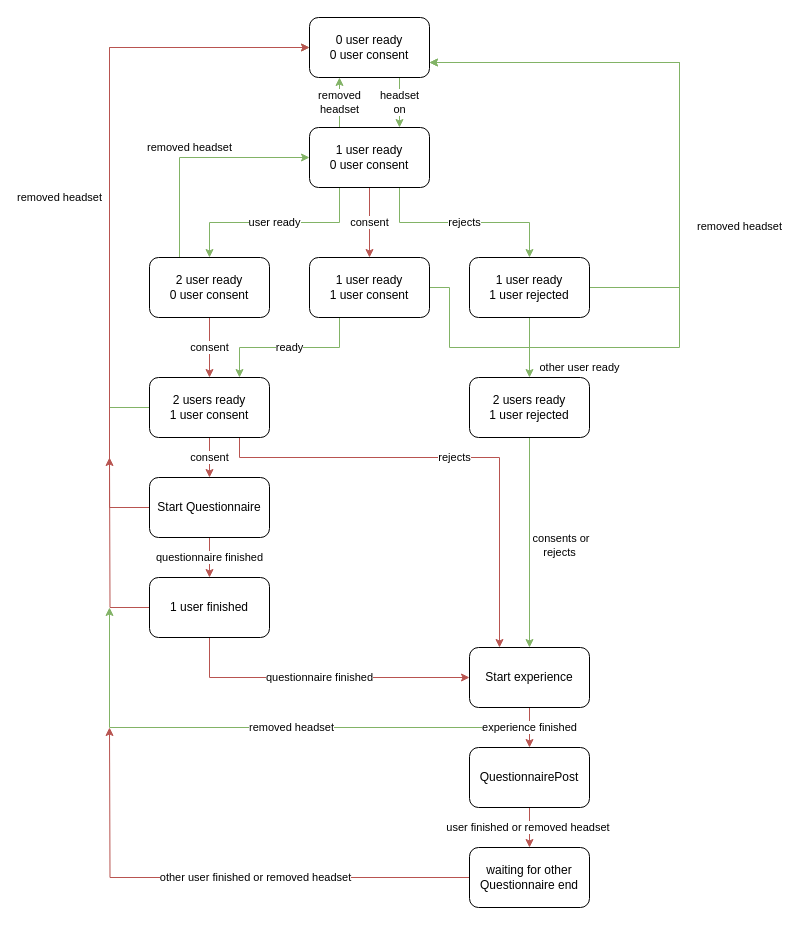
BeAnotherLab/The-Machine-to-be-Another-Unity keeps this draw.io diagram as Docs/consent diagram.drawio. Above is the earlier version. Source tidied: cells renumbered, new cells numbered last; positions are measured from the earlier drawing's top-left corner, leaving out a move shared by most shapes. Both pictures are drawn from the tidied source at 100%, with x=0, y=0 at pixel (109, 17).
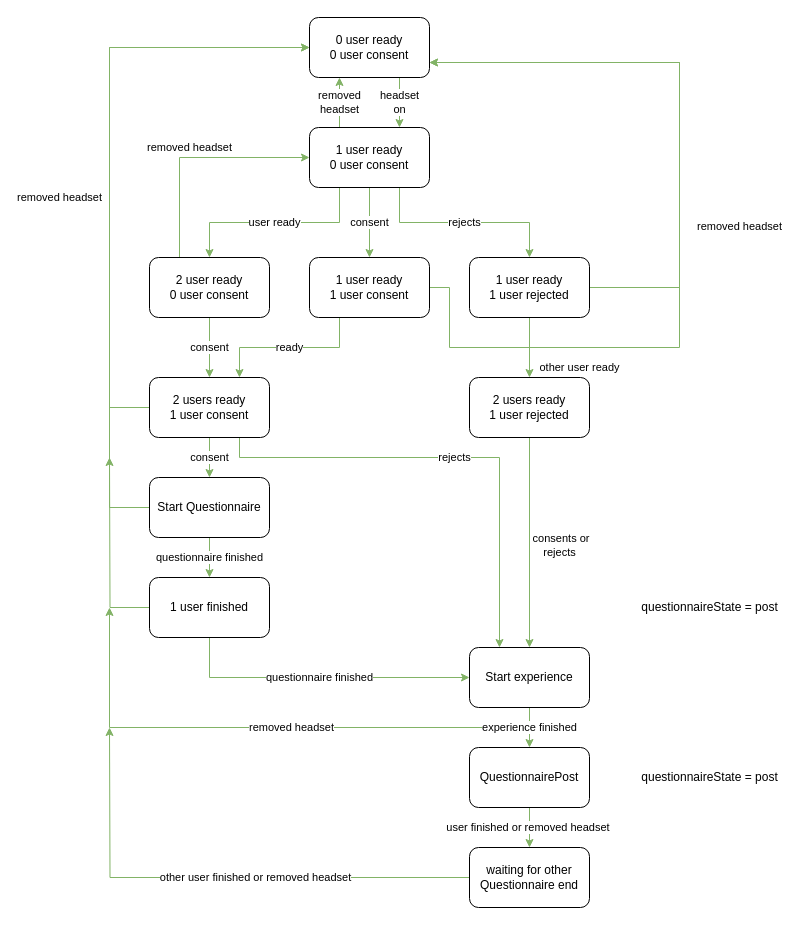
After the change.

The change refers to these unchanged cells:
```xml
<mxCell id="6" value="1 user ready&lt;br&gt;0 user consent" style="rounded=1;whiteSpace=wrap;html=1;" parent="1" vertex="1">
  <mxGeometry x="200" y="110" width="120" height="60" as="geometry" />
</mxCell>
<mxCell id="9" value="2 user ready&lt;br&gt;0 user consent" style="rounded=1;whiteSpace=wrap;html=1;" parent="1" vertex="1">
  <mxGeometry x="40" y="240" width="120" height="60" as="geometry" />
</mxCell>
<mxCell id="13" value="2 users ready&lt;br&gt;1 user consent" style="rounded=1;whiteSpace=wrap;html=1;" parent="1" vertex="1">
  <mxGeometry x="40" y="360" width="120" height="60" as="geometry" />
</mxCell>
<mxCell id="16" value="1 user ready&lt;br&gt;1 user consent" style="rounded=1;whiteSpace=wrap;html=1;" parent="1" vertex="1">
  <mxGeometry x="200" y="240" width="120" height="60" as="geometry" />
</mxCell>
<mxCell id="22" value="Start experience" style="whiteSpace=wrap;html=1;rounded=1;" parent="1" vertex="1">
  <mxGeometry x="360" y="630" width="120" height="60" as="geometry" />
</mxCell>
<mxCell id="25" value="Start Questionnaire" style="whiteSpace=wrap;html=1;rounded=1;" parent="1" vertex="1">
  <mxGeometry x="40" y="460" width="120" height="60" as="geometry" />
</mxCell>
<mxCell id="28" value="1 user finished" style="whiteSpace=wrap;html=1;rounded=1;" parent="1" vertex="1">
  <mxGeometry x="40" y="560" width="120" height="60" as="geometry" />
</mxCell>
<mxCell id="30" value="0 user ready&lt;br&gt;0 user consent" style="rounded=1;whiteSpace=wrap;html=1;" parent="1" vertex="1">
  <mxGeometry x="200" width="120" height="60" as="geometry" />
</mxCell>
<mxCell id="34" value="QuestionnairePost" style="rounded=1;whiteSpace=wrap;html=1;" parent="1" vertex="1">
  <mxGeometry x="360" y="730" width="120" height="60" as="geometry" />
</mxCell>
<mxCell id="36" value="waiting for other Questionnaire end" style="whiteSpace=wrap;html=1;rounded=1;" parent="1" vertex="1">
  <mxGeometry x="360" y="830" width="120" height="60" as="geometry" />
</mxCell>
```

Diff of the diagram source:
```diff
@@
-    <mxCell id="3" value="consent" style="edgeStyle=orthogonalEdgeStyle;rounded=0;jettySize=auto;html=1;fillColor=#f8cecc;strokeColor=#b85450;" parent="1" edge="1" source="6" target="16">
+    <mxCell id="3" value="consent" style="edgeStyle=orthogonalEdgeStyle;rounded=0;jettySize=auto;html=1;fillColor=#d5e8d4;strokeColor=#82b366;" parent="1" edge="1" source="6" target="16">
       <mxGeometry relative="1" as="geometry" />
     </mxCell>
@@
-    <mxCell id="7" value="consent" style="edgeStyle=orthogonalEdgeStyle;rounded=0;jettySize=auto;html=1;fillColor=#f8cecc;strokeColor=#b85450;" parent="1" edge="1" source="9" target="13">
+    <mxCell id="7" value="consent" style="edgeStyle=orthogonalEdgeStyle;rounded=0;jettySize=auto;html=1;fillColor=#d5e8d4;strokeColor=#82b366;" parent="1" edge="1" source="9" target="13">
       <mxGeometry relative="1" as="geometry" />
     </mxCell>
@@
-    <mxCell id="10" value="rejects" style="edgeStyle=orthogonalEdgeStyle;rounded=0;jettySize=auto;html=1;exitX=0.75;exitY=1;exitDx=0;exitDy=0;entryX=0.25;entryY=0;entryDx=0;entryDy=0;fillColor=#f8cecc;strokeColor=#b85450;" parent="1" edge="1" source="13" target="22">
+    <mxCell id="10" value="rejects" style="edgeStyle=orthogonalEdgeStyle;rounded=0;jettySize=auto;html=1;exitX=0.75;exitY=1;exitDx=0;exitDy=0;entryX=0.25;entryY=0;entryDx=0;entryDy=0;fillColor=#d5e8d4;strokeColor=#82b366;" parent="1" edge="1" source="13" target="22">
       <mxGeometry relative="1" as="geometry">
         <Array as="points">
           <mxPoint x="130" y="440" />
           <mxPoint x="390" y="440" />
         </Array>
       </mxGeometry>
     </mxCell>
-    <mxCell id="11" value="consent" style="edgeStyle=orthogonalEdgeStyle;rounded=0;jettySize=auto;html=1;fillColor=#f8cecc;strokeColor=#b85450;" parent="1" edge="1" source="13" target="25">
+    <mxCell id="11" value="consent" style="edgeStyle=orthogonalEdgeStyle;rounded=0;jettySize=auto;html=1;fillColor=#d5e8d4;strokeColor=#82b366;" parent="1" edge="1" source="13" target="25">
       <mxGeometry relative="1" as="geometry" />
     </mxCell>
@@
-    <mxCell id="21" value="experience finished" style="edgeStyle=orthogonalEdgeStyle;rounded=0;jettySize=auto;html=1;exitX=0.5;exitY=1;exitDx=0;exitDy=0;entryX=0.5;entryY=0;entryDx=0;entryDy=0;fillColor=#f8cecc;strokeColor=#b85450;" parent="1" edge="1" source="22" target="34">
+    <mxCell id="21" value="experience finished" style="edgeStyle=orthogonalEdgeStyle;rounded=0;jettySize=auto;html=1;exitX=0.5;exitY=1;exitDx=0;exitDy=0;entryX=0.5;entryY=0;entryDx=0;entryDy=0;fillColor=#d5e8d4;strokeColor=#82b366;" parent="1" edge="1" source="22" target="34">
       <mxGeometry relative="1" as="geometry" />
     </mxCell>
@@
-    <mxCell id="23" value="questionnaire finished" style="edgeStyle=orthogonalEdgeStyle;rounded=0;jettySize=auto;html=1;fillColor=#f8cecc;strokeColor=#b85450;" parent="1" edge="1" source="25" target="28">
+    <mxCell id="23" value="questionnaire finished" style="edgeStyle=orthogonalEdgeStyle;rounded=0;jettySize=auto;html=1;fillColor=#d5e8d4;strokeColor=#82b366;" parent="1" edge="1" source="25" target="28">
       <mxGeometry relative="1" as="geometry" />
     </mxCell>
-    <mxCell id="24" value="removed headset" style="edgeStyle=orthogonalEdgeStyle;rounded=0;jettySize=auto;html=1;exitX=0;exitY=0.5;exitDx=0;exitDy=0;entryX=0;entryY=0.5;entryDx=0;entryDy=0;fillColor=#f8cecc;strokeColor=#b85450;" parent="1" edge="1" source="25" target="30">
+    <mxCell id="24" value="removed headset" style="edgeStyle=orthogonalEdgeStyle;rounded=0;jettySize=auto;html=1;exitX=0;exitY=0.5;exitDx=0;exitDy=0;entryX=0;entryY=0.5;entryDx=0;entryDy=0;fillColor=#d5e8d4;strokeColor=#82b366;" parent="1" edge="1" source="25" target="30">
       <mxGeometry y="50" relative="1" as="geometry">
         <Array as="points">
           <mxPoint y="490" />
           <mxPoint y="30" />
         </Array>
       </mxGeometry>
     </mxCell>
@@
-    <mxCell id="26" value="questionnaire finished" style="edgeStyle=orthogonalEdgeStyle;rounded=0;jettySize=auto;html=1;exitX=0.5;exitY=1;exitDx=0;exitDy=0;entryX=0;entryY=0.5;entryDx=0;entryDy=0;fillColor=#f8cecc;strokeColor=#b85450;" parent="1" edge="1" source="28" target="22">
+    <mxCell id="26" value="questionnaire finished" style="edgeStyle=orthogonalEdgeStyle;rounded=0;jettySize=auto;html=1;exitX=0.5;exitY=1;exitDx=0;exitDy=0;entryX=0;entryY=0.5;entryDx=0;entryDy=0;fillColor=#d5e8d4;strokeColor=#82b366;" parent="1" edge="1" source="28" target="22">
       <mxGeometry relative="1" as="geometry" />
     </mxCell>
-    <mxCell id="27" style="edgeStyle=orthogonalEdgeStyle;rounded=0;jettySize=auto;html=1;exitX=0;exitY=0.5;exitDx=0;exitDy=0;fillColor=#f8cecc;strokeColor=#b85450;" parent="1" edge="1" source="28">
+    <mxCell id="27" style="edgeStyle=orthogonalEdgeStyle;rounded=0;jettySize=auto;html=1;exitX=0;exitY=0.5;exitDx=0;exitDy=0;fillColor=#d5e8d4;strokeColor=#82b366;" parent="1" edge="1" source="28">
       <mxGeometry relative="1" as="geometry">
         <mxPoint y="440" as="targetPoint" />
       </mxGeometry>
     </mxCell>
@@
-    <mxCell id="33" value="user finished or removed headset&amp;nbsp;" style="edgeStyle=orthogonalEdgeStyle;rounded=0;jettySize=auto;html=1;fillColor=#f8cecc;strokeColor=#b85450;" parent="1" edge="1" source="34" target="36">
+    <mxCell id="33" value="user finished or removed headset&amp;nbsp;" style="edgeStyle=orthogonalEdgeStyle;rounded=0;jettySize=auto;html=1;fillColor=#d5e8d4;strokeColor=#82b366;" parent="1" edge="1" source="34" target="36">
       <mxGeometry relative="1" as="geometry" />
     </mxCell>
@@
-    <mxCell id="35" value="other user finished or removed headset" style="edgeStyle=orthogonalEdgeStyle;rounded=0;jettySize=auto;html=1;exitX=0;exitY=0.5;exitDx=0;exitDy=0;fillColor=#f8cecc;strokeColor=#b85450;" parent="1" edge="1" source="36">
+    <mxCell id="35" value="other user finished or removed headset" style="edgeStyle=orthogonalEdgeStyle;rounded=0;jettySize=auto;html=1;exitX=0;exitY=0.5;exitDx=0;exitDy=0;fillColor=#d5e8d4;strokeColor=#82b366;" parent="1" edge="1" source="36">
       <mxGeometry x="-0.16" relative="1" as="geometry">
         <mxPoint y="710" as="targetPoint" />
       </mxGeometry>
     </mxCell>
@@
+    <mxCell id="37" value="questionnaireState = post" style="text;html=1;align=center;verticalAlign=middle;strokeColor=none;fillColor=none;" parent="1" vertex="1">
+      <mxGeometry x="525" y="580" width="150" height="20" as="geometry" />
+    </mxCell>
+    <mxCell id="38" value="questionnaireState = post" style="text;html=1;align=center;verticalAlign=middle;strokeColor=none;fillColor=none;" parent="1" vertex="1">
+      <mxGeometry x="525" y="750" width="150" height="20" as="geometry" />
+    </mxCell>
```
